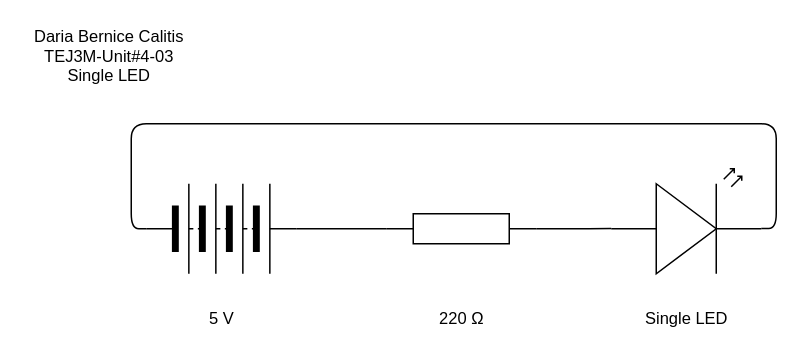
The draw.io diagram TEJ3M-Unit#4-03.drawio in dbcalitis/TEJ3M-Unit-4, before the edit. Source tidied: cells renumbered, new cells numbered last; positions are measured from the earlier drawing's top-left corner, leaving out a move shared by most shapes. Both pictures are drawn from the tidied source at 150%, with x=0, y=0 at pixel (26, 26).
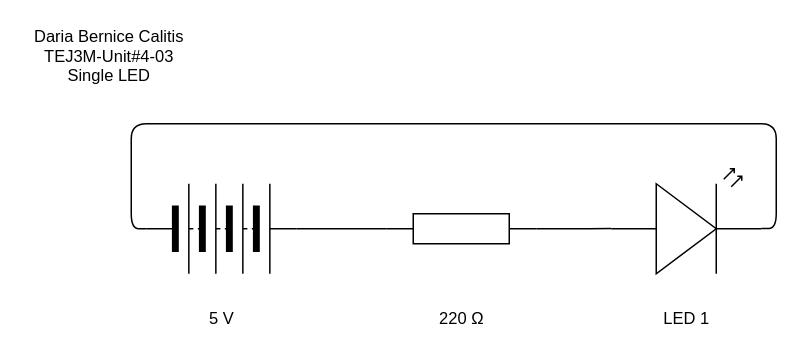
After the change.

Diff of the diagram source:
```diff
@@
 <mxGraphModel>
   <root>
     <mxCell id="0" />
     <mxCell id="1" parent="0" />
     <mxCell id="2" style="edgeStyle=orthogonalEdgeStyle;shape=connector;rounded=1;html=1;exitX=1;exitY=0.5;exitDx=0;exitDy=0;exitPerimeter=0;entryX=0;entryY=0.57;entryDx=0;entryDy=0;entryPerimeter=0;labelBackgroundColor=default;fontFamily=Helvetica;fontSize=11;fontColor=default;endArrow=none;endFill=0;strokeColor=default;" parent="1" edge="1" source="3" target="7">
       <mxGeometry relative="1" as="geometry" />
     </mxCell>
     <mxCell id="3" style="verticalLabelPosition=bottom;shadow=0;dashed=0;align=center;html=1;verticalAlign=top;shape=mxgraph.electrical.resistors.resistor_1;" parent="1" vertex="1">
       <mxGeometry x="240" y="125" width="100" height="20" as="geometry" />
     </mxCell>
     <mxCell id="4" style="edgeStyle=none;html=1;exitX=1;exitY=0.5;exitDx=0;exitDy=0;entryX=0;entryY=0.5;entryDx=0;entryDy=0;entryPerimeter=0;endArrow=none;endFill=0;" parent="1" edge="1" source="5" target="3">
       <mxGeometry relative="1" as="geometry" />
     </mxCell>
     <mxCell id="5" style="verticalLabelPosition=bottom;shadow=0;dashed=0;align=center;html=1;verticalAlign=top;shape=mxgraph.electrical.miscellaneous.batteryStack;" parent="1" vertex="1">
       <mxGeometry x="80" y="105" width="100" height="60" as="geometry" />
     </mxCell>
     <mxCell id="6" style="edgeStyle=orthogonalEdgeStyle;shape=connector;rounded=1;html=1;exitX=1;exitY=0.57;exitDx=0;exitDy=0;exitPerimeter=0;entryX=0;entryY=0.5;entryDx=0;entryDy=0;labelBackgroundColor=default;fontFamily=Helvetica;fontSize=11;fontColor=default;endArrow=none;endFill=0;strokeColor=default;" parent="1" edge="1" source="7" target="5">
       <mxGeometry relative="1" as="geometry">
         <Array as="points">
           <mxPoint x="500" y="135" />
           <mxPoint x="500" y="65" />
           <mxPoint x="70" y="65" />
           <mxPoint x="70" y="135" />
         </Array>
       </mxGeometry>
     </mxCell>
     <mxCell id="7" style="verticalLabelPosition=bottom;shadow=0;dashed=0;align=center;html=1;verticalAlign=top;shape=mxgraph.electrical.opto_electronics.led_2;" parent="1" vertex="1">
       <mxGeometry x="390" y="95" width="100" height="70" as="geometry" />
     </mxCell>
     <mxCell id="8" value="5 V" style="text;html=1;align=center;verticalAlign=middle;strokeColor=none;fillColor=none;fontSize=11;fontFamily=Helvetica;fontColor=default;" parent="1" vertex="1">
       <mxGeometry x="115" y="185" width="30" height="20" as="geometry" />
     </mxCell>
     <mxCell id="9" value="220&amp;nbsp;Ω" style="text;html=1;align=center;verticalAlign=middle;strokeColor=none;fillColor=none;fontSize=11;fontFamily=Helvetica;fontColor=default;" parent="1" vertex="1">
       <mxGeometry x="270" y="185" width="40" height="20" as="geometry" />
     </mxCell>
-    <mxCell id="10" value="Single LED" style="text;html=1;align=center;verticalAlign=middle;strokeColor=none;fillColor=none;fontSize=11;fontFamily=Helvetica;fontColor=default;" parent="1" vertex="1">
-      <mxGeometry x="405" y="185" width="70" height="20" as="geometry" />
+    <mxCell id="10" value="LED 1" style="text;html=1;align=center;verticalAlign=middle;strokeColor=none;fillColor=none;fontSize=11;fontFamily=Helvetica;fontColor=default;" parent="1" vertex="1">
+      <mxGeometry x="415" y="185" width="50" height="20" as="geometry" />
     </mxCell>
     <mxCell id="11" value="Daria Bernice Calitis&lt;br&gt;TEJ3M-Unit#4-03&lt;br&gt;Single LED" style="text;html=1;align=center;verticalAlign=middle;strokeColor=none;fillColor=none;fontSize=11;fontFamily=Helvetica;fontColor=default;" parent="1" vertex="1">
       <mxGeometry width="110" height="40" as="geometry" />
     </mxCell>
   </root>
 </mxGraphModel>
```
